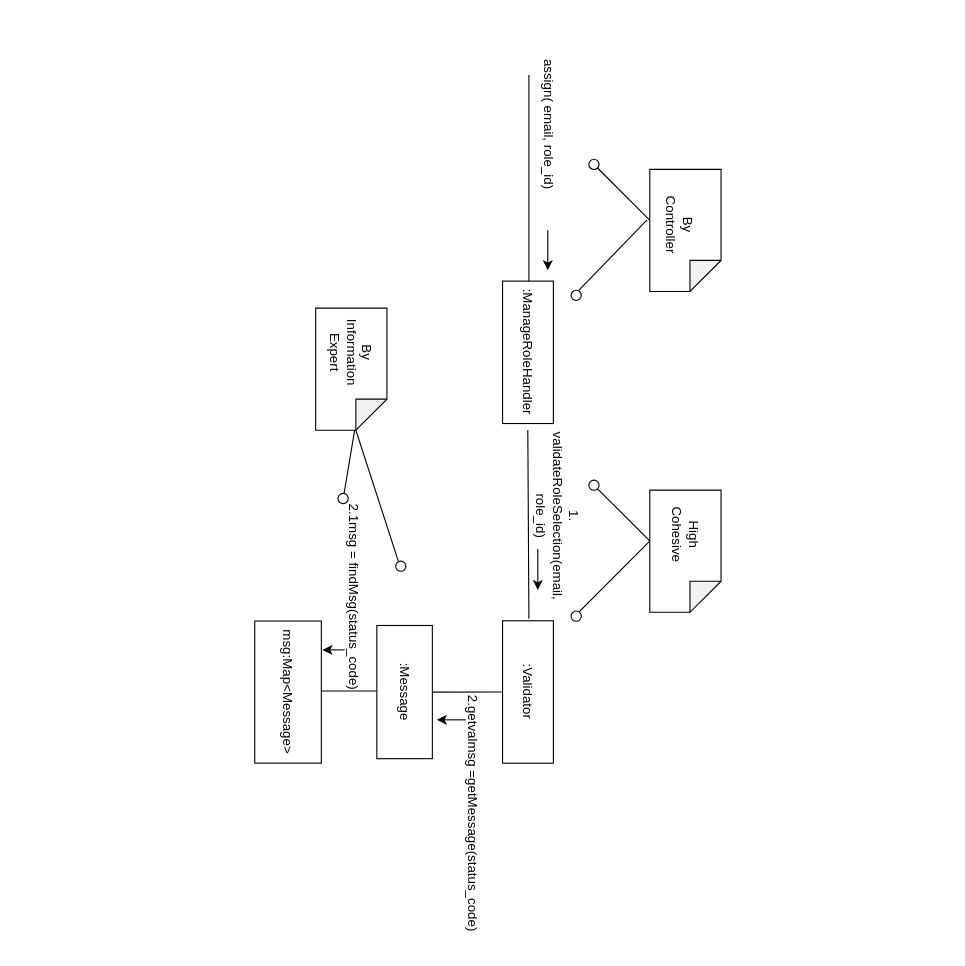
jonamadk/DrawIO keeps this draw.io diagram as page "Page-3" (3 of 3) of operation_diagram_1.drawio. Above is the earlier version. Source tidied: cells renumbered, new cells numbered last; positions are measured from the earlier drawing's top-left corner, leaving out a move shared by most shapes. Both pictures are drawn from the tidied source at 111%, with x=0, y=0 at pixel (19, 74).
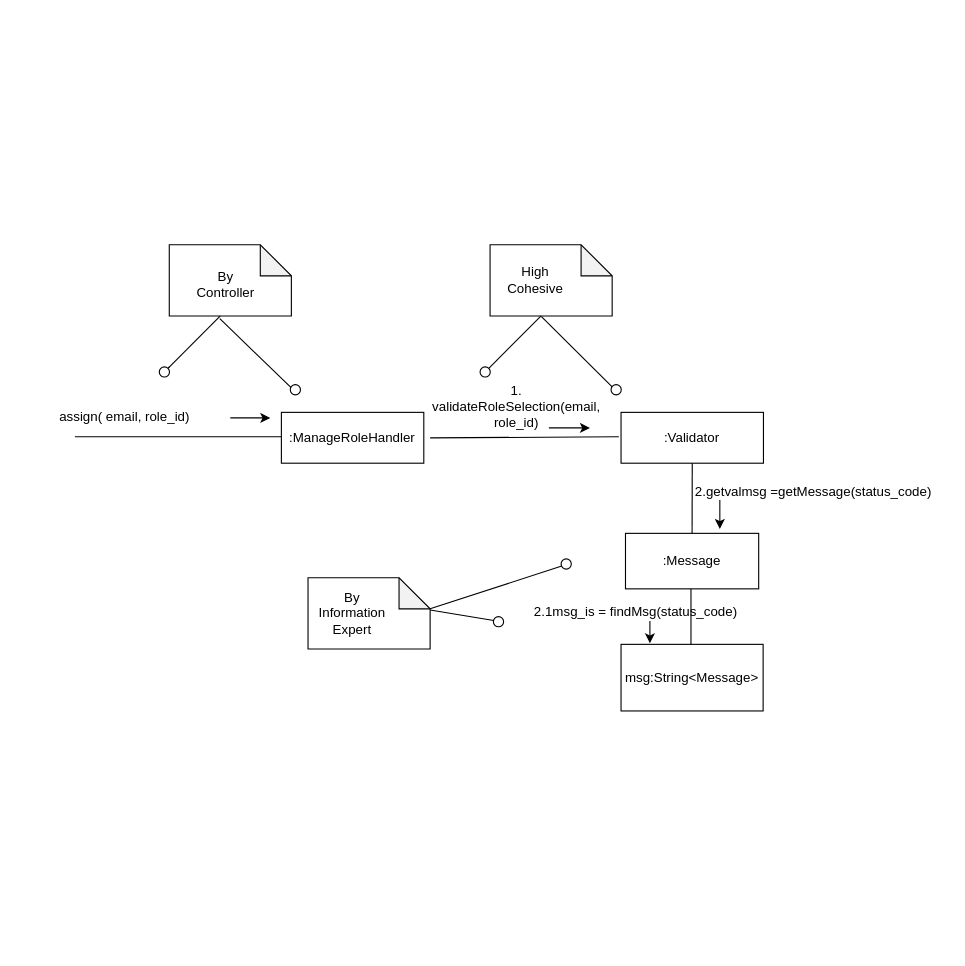
Above is the later version.

The edit, as a diff of the source:
```diff
@@
-    <mxCell id="2" style="group;rotation=90;" parent="1" vertex="1">
+    <mxCell id="2" style="group;rotation=0;" parent="1" vertex="1">
       <mxGeometry y="153" width="835" height="428.3" as="geometry" />
     </mxCell>
-    <mxCell id="3" value=":ManageRoleHandler" style="html=1;whiteSpace=wrap;rotation=90;" parent="2" vertex="1">
-      <mxGeometry x="394" y="74" width="128.3" height="45.8" as="geometry" />
+    <mxCell id="3" value=":ManageRoleHandler" style="html=1;whiteSpace=wrap;rotation=0;" parent="2" vertex="1">
+      <mxGeometry x="236" y="151" width="128.3" height="45.8" as="geometry" />
     </mxCell>
-    <mxCell id="4" value=":Validator" style="html=1;whiteSpace=wrap;rotation=90;" parent="2" vertex="1">
-      <mxGeometry x="394" y="380" width="128.3" height="45.8" as="geometry" />
+    <mxCell id="4" value=":Validator" style="html=1;whiteSpace=wrap;rotation=0;" parent="2" vertex="1">
+      <mxGeometry x="542" y="151" width="128.3" height="45.8" as="geometry" />
     </mxCell>
-    <mxCell id="5" style="shape=note;whiteSpace=wrap;html=1;backgroundOutline=1;darkOpacity=0.05;size=28;rotation=90;" parent="2" vertex="1">
-      <mxGeometry x="545" y="-45" width="110" height="64.2" as="geometry" />
+    <mxCell id="5" style="shape=note;whiteSpace=wrap;html=1;backgroundOutline=1;darkOpacity=0.05;size=28;rotation=0;" parent="2" vertex="1">
+      <mxGeometry x="135" width="110" height="64.2" as="geometry" />
     </mxCell>
-    <mxCell id="6" value="By Controller" style="text;html=1;align=center;verticalAlign=middle;whiteSpace=wrap;rounded=0;rotation=90;" parent="2" vertex="1">
-      <mxGeometry x="563" y="-36" width="64.2" height="36.7" as="geometry" />
+    <mxCell id="6" value="By Controller" style="text;html=1;align=center;verticalAlign=middle;whiteSpace=wrap;rounded=0;rotation=0;" parent="2" vertex="1">
+      <mxGeometry x="154" y="18" width="64.2" height="36.7" as="geometry" />
     </mxCell>
     <mxCell id="7" style="endArrow=none;html=1;rounded=0;" parent="2" edge="1" source="10">
       <mxGeometry relative="1" as="geometry">
-        <mxPoint x="568" y="-22" as="targetPoint" />
+        <mxPoint x="181" y="64" as="targetPoint" />
       </mxGeometry>
     </mxCell>
     <mxCell id="8" style="endArrow=none;html=1;rounded=0;exitX=0.414;exitY=1.038;exitDx=0;exitDy=0;exitPerimeter=0;" parent="2" edge="1" source="5">
       <mxGeometry relative="1" as="geometry">
-        <mxPoint x="503" y="42" as="targetPoint" />
+        <mxPoint x="245" y="129" as="targetPoint" />
       </mxGeometry>
     </mxCell>
     <mxCell id="9" style="endArrow=none;html=1;rounded=0;" parent="2" edge="1" target="10">
       <mxGeometry relative="1" as="geometry">
-        <mxPoint x="522" y="-68" as="sourcePoint" />
+        <mxPoint x="135" y="110" as="sourcePoint" />
       </mxGeometry>
     </mxCell>
-    <mxCell id="10" style="ellipse;whiteSpace=wrap;html=1;rotation=90;" parent="2" vertex="1">
-      <mxGeometry x="513" y="-77" width="9.2" height="9.2" as="geometry" />
+    <mxCell id="10" style="ellipse;whiteSpace=wrap;html=1;rotation=0;" parent="2" vertex="1">
+      <mxGeometry x="126" y="110" width="9.2" height="9.2" as="geometry" />
     </mxCell>
-    <mxCell id="11" style="ellipse;whiteSpace=wrap;html=1;rotation=90;" parent="2" vertex="1">
-      <mxGeometry x="497" y="41" width="9.2" height="9.2" as="geometry" />
+    <mxCell id="11" style="ellipse;whiteSpace=wrap;html=1;rotation=0;" parent="2" vertex="1">
+      <mxGeometry x="244" y="126" width="9.2" height="9.2" as="geometry" />
     </mxCell>
-    <mxCell id="12" value="assign( email, role_id)" style="text;html=1;align=center;verticalAlign=middle;whiteSpace=wrap;rounded=0;rotation=90;" parent="2" vertex="1">
-      <mxGeometry x="382" y="-122" width="190" height="27.5" as="geometry" />
+    <mxCell id="12" value="assign( email, role_id)" style="text;html=1;align=center;verticalAlign=middle;whiteSpace=wrap;rounded=0;rotation=0;" parent="2" vertex="1">
+      <mxGeometry y="141" width="190" height="27.5" as="geometry" />
     </mxCell>
     <mxCell id="13" style="endArrow=classic;html=1;rounded=0;" parent="2" edge="1">
       <mxGeometry relative="1" as="geometry">
-        <mxPoint x="476" y="-13" as="sourcePoint" />
-        <mxPoint x="476" y="23" as="targetPoint" />
+        <mxPoint x="190" y="156" as="sourcePoint" />
+        <mxPoint x="226" y="156" as="targetPoint" />
       </mxGeometry>
     </mxCell>
     <mxCell id="14" style="endArrow=none;html=1;rounded=0;" parent="2" edge="1">
       <mxGeometry relative="1" as="geometry">
-        <mxPoint x="458" y="167" as="sourcePoint" />
-        <mxPoint x="459" y="337" as="targetPoint" />
+        <mxPoint x="370" y="174" as="sourcePoint" />
+        <mxPoint x="540" y="173" as="targetPoint" />
       </mxGeometry>
     </mxCell>
-    <mxCell id="15" value="1. validateRoleSelection(email, role_id&lt;span style=&quot;background-color: initial;&quot;&gt;)&lt;/span&gt;" style="text;html=1;align=center;verticalAlign=middle;whiteSpace=wrap;rounded=0;rotation=90;" parent="2" vertex="1">
-      <mxGeometry x="439" y="232" width="91.7" height="24.8" as="geometry" />
+    <mxCell id="15" value="1. validateRoleSelection(email, role_id&lt;span style=&quot;background-color: initial;&quot;&gt;)&lt;/span&gt;" style="text;html=1;align=center;verticalAlign=middle;whiteSpace=wrap;rounded=0;rotation=0;" parent="2" vertex="1">
+      <mxGeometry x="402" y="134" width="91.7" height="24.8" as="geometry" />
     </mxCell>
     <mxCell id="16" style="endArrow=classic;html=1;rounded=0;" parent="2" edge="1">
       <mxGeometry relative="1" as="geometry">
-        <mxPoint x="467" y="274" as="sourcePoint" />
-        <mxPoint x="467" y="311" as="targetPoint" />
+        <mxPoint x="477" y="165" as="sourcePoint" />
+        <mxPoint x="514" y="165" as="targetPoint" />
       </mxGeometry>
     </mxCell>
     <mxCell id="17" style="endArrow=none;html=1;rounded=0;" parent="2" edge="1">
       <mxGeometry relative="1" as="geometry">
-        <mxPoint x="459" y="-153" as="sourcePoint" />
-        <mxPoint x="459" y="33" as="targetPoint" />
+        <mxPoint x="50" y="173" as="sourcePoint" />
+        <mxPoint x="236" y="173" as="targetPoint" />
       </mxGeometry>
     </mxCell>
-    <mxCell id="18" value=":Message" style="rounded=0;whiteSpace=wrap;html=1;rotation=90;" parent="2" vertex="1">
-      <mxGeometry x="287" y="378" width="120" height="50" as="geometry" />
+    <mxCell id="18" value=":Message" style="rounded=0;whiteSpace=wrap;html=1;rotation=0;" parent="2" vertex="1">
+      <mxGeometry x="546" y="260" width="120" height="50" as="geometry" />
     </mxCell>
@@
-    <mxCell id="20" value="2.getvalmsg =getMessage(status_code&lt;span style=&quot;background-color: initial;&quot;&gt;)&lt;/span&gt;" style="text;html=1;align=center;verticalAlign=middle;strokeColor=none;fillColor=none;rotation=90;" parent="2" vertex="1">
-      <mxGeometry x="289" y="497" width="240" height="30" as="geometry" />
+    <mxCell id="20" value="2.getvalmsg =getMessage(status_code&lt;span style=&quot;background-color: initial;&quot;&gt;)&lt;/span&gt;" style="text;html=1;align=center;verticalAlign=middle;strokeColor=none;fillColor=none;rotation=0;" parent="2" vertex="1">
+      <mxGeometry x="595" y="208" width="240" height="30" as="geometry" />
     </mxCell>
     <mxCell id="21" style="endArrow=none;html=1;rounded=0;" parent="2" edge="1">
       <mxGeometry relative="1" as="geometry">
-        <mxPoint x="272" y="402" as="sourcePoint" />
-        <mxPoint x="322" y="402" as="targetPoint" />
+        <mxPoint x="605" y="360" as="sourcePoint" />
+        <mxPoint x="605" y="310" as="targetPoint" />
       </mxGeometry>
     </mxCell>
-    <mxCell id="22" value="msg:Map&amp;lt;Message&amp;gt;" style="rounded=0;whiteSpace=wrap;html=1;rotation=90;" parent="2" vertex="1">
-      <mxGeometry x="178" y="373" width="128" height="60" as="geometry" />
+    <mxCell id="22" value="msg:String&amp;lt;Message&amp;gt;" style="rounded=0;whiteSpace=wrap;html=1;rotation=0;" parent="2" vertex="1">
+      <mxGeometry x="542" y="360" width="128" height="60" as="geometry" />
     </mxCell>
-    <mxCell id="23" value="2.1msg = findMsg(status_code)" style="text;html=1;align=center;verticalAlign=middle;strokeColor=none;fillColor=none;rotation=90;" parent="2" vertex="1">
-      <mxGeometry x="206" y="302" width="190" height="30" as="geometry" />
+    <mxCell id="23" value="2.1msg_is = findMsg(status_code)" style="text;html=1;align=center;verticalAlign=middle;strokeColor=none;fillColor=none;rotation=0;" parent="2" vertex="1">
+      <mxGeometry x="450" y="316" width="210" height="30" as="geometry" />
     </mxCell>
     <mxCell id="24" style="endArrow=classic;html=1;rounded=0;" parent="2" edge="1">
       <mxGeometry relative="1" as="geometry">
-        <mxPoint x="402" y="428" as="sourcePoint" />
-        <mxPoint x="376" y="428" as="targetPoint" />
+        <mxPoint x="631" y="230" as="sourcePoint" />
+        <mxPoint x="631" y="256" as="targetPoint" />
       </mxGeometry>
     </mxCell>
-    <mxCell id="25" style="group;rotation=90;" parent="2" vertex="1">
-      <mxGeometry x="501" y="208" width="127.4" height="134.7" as="geometry" />
+    <mxCell id="25" style="group;rotation=0;" parent="2" vertex="1">
+      <mxGeometry x="415" width="127.4" height="134.7" as="geometry" />
     </mxCell>
-    <mxCell id="26" style="shape=note;whiteSpace=wrap;html=1;backgroundOutline=1;darkOpacity=0.05;size=28;rotation=90;" parent="25" vertex="1">
-      <mxGeometry x="44" y="36" width="110" height="64.2" as="geometry" />
+    <mxCell id="26" style="shape=note;whiteSpace=wrap;html=1;backgroundOutline=1;darkOpacity=0.05;size=28;rotation=0;" parent="25" vertex="1">
+      <mxGeometry x="9" width="110" height="64.2" as="geometry" />
     </mxCell>
     <mxCell id="27" style="endArrow=none;html=1;rounded=0;" parent="25" edge="1" source="29">
       <mxGeometry relative="1" as="geometry">
-        <mxPoint x="67" y="59" as="targetPoint" />
+        <mxPoint x="55" y="64" as="targetPoint" />
       </mxGeometry>
     </mxCell>
     <mxCell id="28" style="endArrow=none;html=1;rounded=0;exitX=0.421;exitY=1.008;exitDx=0;exitDy=0;exitPerimeter=0;" parent="25" edge="1" source="26">
       <mxGeometry relative="1" as="geometry">
-        <mxPoint x="3" y="123" as="targetPoint" />
+        <mxPoint x="119" y="128" as="targetPoint" />
       </mxGeometry>
     </mxCell>
-    <mxCell id="29" style="ellipse;whiteSpace=wrap;html=1;rotation=90;" parent="25" vertex="1">
-      <mxGeometry x="12" y="4" width="9.2" height="9.2" as="geometry" />
+    <mxCell id="29" style="ellipse;whiteSpace=wrap;html=1;rotation=0;" parent="25" vertex="1">
+      <mxGeometry y="110" width="9.2" height="9.2" as="geometry" />
     </mxCell>
-    <mxCell id="30" style="ellipse;whiteSpace=wrap;html=1;rotation=90;" parent="25" vertex="1">
-      <mxGeometry x="-4" y="122" width="9.2" height="9.2" as="geometry" />
+    <mxCell id="30" style="ellipse;whiteSpace=wrap;html=1;rotation=0;" parent="25" vertex="1">
+      <mxGeometry x="118" y="126" width="9.2" height="9.2" as="geometry" />
     </mxCell>
-    <mxCell id="31" value="High Cohesive" style="text;html=1;align=center;verticalAlign=middle;whiteSpace=wrap;rounded=0;rotation=90;" parent="25" vertex="1">
-      <mxGeometry x="67" y="35" width="64.2" height="36.7" as="geometry" />
+    <mxCell id="31" value="High Cohesive" style="text;html=1;align=center;verticalAlign=middle;whiteSpace=wrap;rounded=0;rotation=0;" parent="25" vertex="1">
+      <mxGeometry x="18" y="14" width="64.2" height="36.7" as="geometry" />
     </mxCell>
     <mxCell id="32" style="endArrow=classic;html=1;rounded=0;" parent="2" edge="1">
       <mxGeometry relative="1" as="geometry">
-        <mxPoint x="293" y="365" as="sourcePoint" />
-        <mxPoint x="273" y="365" as="targetPoint" />
+        <mxPoint x="568" y="339" as="sourcePoint" />
+        <mxPoint x="568" y="359" as="targetPoint" />
       </mxGeometry>
     </mxCell>
-    <mxCell id="33" style="group;rotation=90;" parent="2" vertex="1">
-      <mxGeometry x="157" y="103" width="237.6" height="144.9" as="geometry" />
+    <mxCell id="33" style="group;rotation=0;" parent="2" vertex="1">
+      <mxGeometry x="260" y="283" width="237.6" height="144.9" as="geometry" />
     </mxCell>
-    <mxCell id="34" style="group;rotation=90;" parent="33" vertex="1">
-      <mxGeometry x="55" y="-55" width="110" height="128.3" as="geometry" />
+    <mxCell id="34" style="group;rotation=0;" parent="33" vertex="1">
+      <mxGeometry y="17" width="110" height="128.3" as="geometry" />
     </mxCell>
-    <mxCell id="35" style="group;rotation=90;" parent="34" vertex="1">
-      <mxGeometry x="32" y="32" width="110" height="64.2" as="geometry" />
+    <mxCell id="35" style="group;rotation=0;" parent="34" vertex="1">
+      <mxGeometry width="110" height="64.2" as="geometry" />
     </mxCell>
-    <mxCell id="36" style="shape=note;whiteSpace=wrap;html=1;backgroundOutline=1;darkOpacity=0.05;size=28;rotation=90;" parent="35" vertex="1">
+    <mxCell id="36" style="shape=note;whiteSpace=wrap;html=1;backgroundOutline=1;darkOpacity=0.05;size=28;rotation=0;" parent="35" vertex="1">
       <mxGeometry width="110" height="64.2" as="geometry" />
     </mxCell>
-    <mxCell id="37" value="By Information&lt;div&gt;Expert&lt;/div&gt;" style="text;html=1;align=center;verticalAlign=middle;whiteSpace=wrap;rounded=0;rotation=90;" parent="35" vertex="1">
-      <mxGeometry x="23" y="-1" width="64.2" height="36.7" as="geometry" />
+    <mxCell id="37" value="By Information&lt;div&gt;Expert&lt;/div&gt;" style="text;html=1;align=center;verticalAlign=middle;whiteSpace=wrap;rounded=0;rotation=0;" parent="35" vertex="1">
+      <mxGeometry x="8" y="14" width="64.2" height="36.7" as="geometry" />
     </mxCell>
     <mxCell id="38" style="endArrow=none;html=1;rounded=0;exitX=0;exitY=0;exitDx=110.0005063291139;exitDy=28;exitPerimeter=0;" parent="33" edge="1" source="36">
       <mxGeometry relative="1" as="geometry">
-        <mxPoint x="185" y="184" as="targetPoint" />
+        <mxPoint x="230" y="6" as="targetPoint" />
       </mxGeometry>
     </mxCell>
     <mxCell id="39" style="endArrow=none;html=1;rounded=0;" parent="33" edge="1">
       <mxGeometry relative="1" as="geometry">
-        <mxPoint x="145" y="64" as="sourcePoint" />
-        <mxPoint x="135" y="124" as="targetPoint" />
+        <mxPoint x="110" y="46" as="sourcePoint" />
+        <mxPoint x="170" y="56" as="targetPoint" />
       </mxGeometry>
     </mxCell>
-    <mxCell id="40" style="ellipse;whiteSpace=wrap;html=1;rotation=90;" parent="33" vertex="1">
-      <mxGeometry x="182" y="182" width="9.2" height="9.2" as="geometry" />
+    <mxCell id="40" style="ellipse;whiteSpace=wrap;html=1;rotation=0;" parent="33" vertex="1">
+      <mxGeometry x="228" width="9.2" height="9.2" as="geometry" />
     </mxCell>
-    <mxCell id="41" style="ellipse;whiteSpace=wrap;html=1;rotation=90;" parent="33" vertex="1">
-      <mxGeometry x="130" y="121" width="9.2" height="9.2" as="geometry" />
+    <mxCell id="41" style="ellipse;whiteSpace=wrap;html=1;rotation=0;" parent="33" vertex="1">
+      <mxGeometry x="167" y="52" width="9.2" height="9.2" as="geometry" />
     </mxCell>
```
